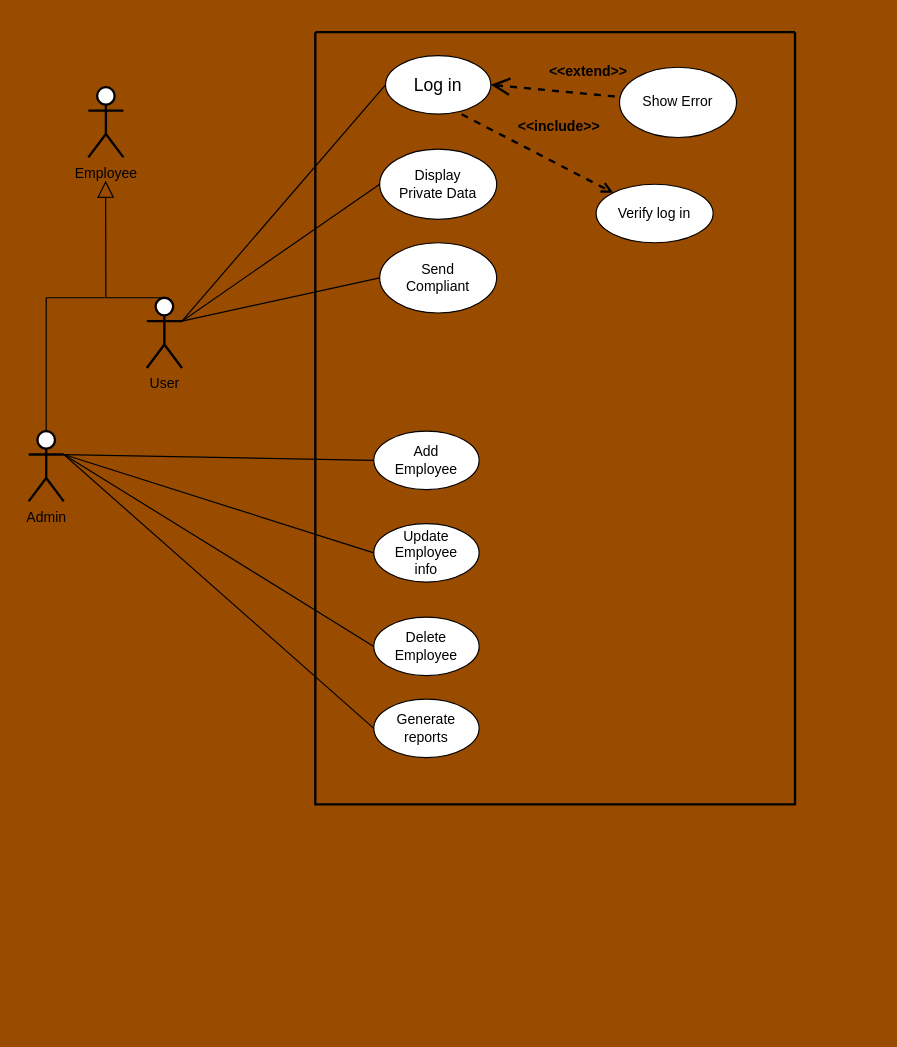
Above: Use-Case-Diagram.drawio in Alsayed-Aldkhakhni/SoftwareEngineeringProject (draw.io), before the change. Source tidied: cells renumbered, new cells numbered last; positions are measured from the earlier drawing's top-left corner, leaving out a move shared by most shapes. Both pictures are drawn from the tidied source at 117%, with x=0, y=0 at pixel (28, 32).
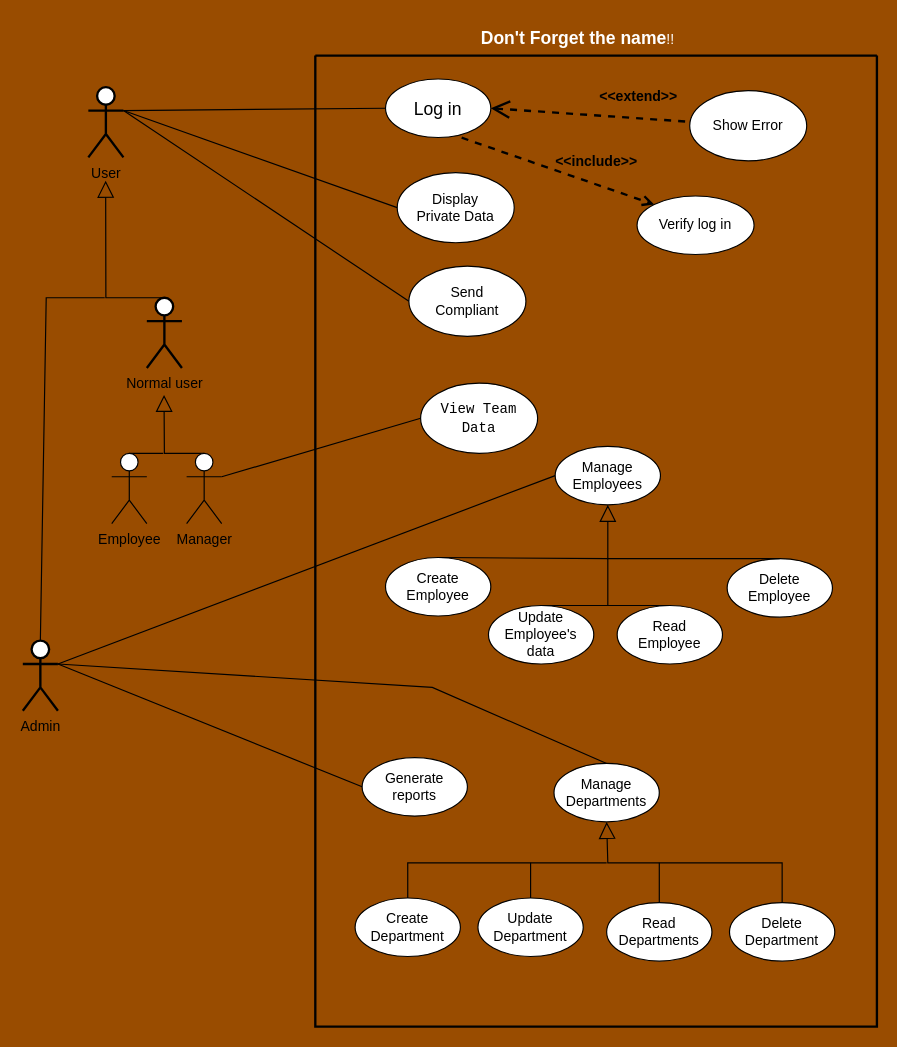
The same page after the edit.

Commit message:
Use case diagram.

Unchanged cells that the change refers to:
```xml
<mxCell id="3" value="&lt;span style=&quot;font-size: 15px;&quot;&gt;Log in&lt;br&gt;&lt;/span&gt;" style="ellipse;whiteSpace=wrap;html=1;" parent="2" vertex="1">
  <mxGeometry x="60" y="20" width="90" height="50" as="geometry" />
</mxCell>
```

Diff of the diagram source:
```diff
@@
     <mxCell id="2" style="swimlane;startSize=0;strokeWidth=2;" parent="1" vertex="1">
-      <mxGeometry x="245" width="410" height="660" as="geometry" />
+      <mxGeometry x="245" y="20" width="480" height="830" as="geometry" />
     </mxCell>
@@
     <mxCell id="4" value="Verify log in" style="ellipse;whiteSpace=wrap;html=1;" parent="2" vertex="1">
-      <mxGeometry x="240" y="130" width="100" height="50" as="geometry" />
+      <mxGeometry x="275" y="120" width="100" height="50" as="geometry" />
     </mxCell>
     <mxCell id="5" value="Show Error" style="ellipse;whiteSpace=wrap;html=1;" parent="2" vertex="1">
-      <mxGeometry x="260" y="30" width="100" height="60" as="geometry" />
+      <mxGeometry x="320" y="30" width="100" height="60" as="geometry" />
     </mxCell>
@@
     <mxCell id="7" value="&lt;b&gt;&lt;font style=&quot;font-size: 12px;&quot;&gt;&amp;lt;&amp;lt;include&amp;gt;&amp;gt;&lt;/font&gt;&lt;/b&gt;" style="edgeStyle=none;html=1;endArrow=open;verticalAlign=bottom;dashed=1;labelBackgroundColor=none;rounded=0;exitX=0.723;exitY=1.004;exitDx=0;exitDy=0;entryX=0;entryY=0;entryDx=0;entryDy=0;strokeWidth=2;exitPerimeter=0;" parent="2" edge="1" source="3" target="4">
-      <mxGeometry x="0.14" y="21" relative="1" as="geometry" />
+      <mxGeometry x="0.36" y="10" relative="1" as="geometry">
+        <mxPoint y="1" as="offset" />
+      </mxGeometry>
     </mxCell>
-    <mxCell id="8" value="&lt;div&gt;Add&lt;/div&gt;&lt;div&gt;Employee&lt;br&gt;&lt;/div&gt;" style="ellipse;whiteSpace=wrap;html=1;" parent="2" vertex="1">
-      <mxGeometry x="50" y="341" width="90" height="50" as="geometry" />
+    <mxCell id="8" value="&lt;div&gt;Manage &lt;br&gt;&lt;/div&gt;&lt;div&gt;Employees&lt;br&gt;&lt;/div&gt;" style="ellipse;whiteSpace=wrap;html=1;" parent="2" vertex="1">
+      <mxGeometry x="205" y="334" width="90" height="50" as="geometry" />
     </mxCell>
     <mxCell id="9" value="&lt;div&gt;Delete&lt;br&gt;&lt;/div&gt;&lt;div&gt;Employee&lt;br&gt;&lt;/div&gt;" style="ellipse;whiteSpace=wrap;html=1;" parent="2" vertex="1">
-      <mxGeometry x="50" y="500" width="90" height="50" as="geometry" />
+      <mxGeometry x="352" y="430" width="90" height="50" as="geometry" />
     </mxCell>
-    <mxCell id="10" value="&lt;div&gt;Update&lt;/div&gt;&lt;div&gt;Employee&lt;/div&gt;&lt;div&gt;info&lt;br&gt;&lt;/div&gt;" style="ellipse;whiteSpace=wrap;html=1;" parent="2" vertex="1">
-      <mxGeometry x="50" y="420" width="90" height="50" as="geometry" />
+    <mxCell id="10" value="&lt;div&gt;Update&lt;/div&gt;&lt;div&gt;Employee's&lt;/div&gt;&lt;div&gt;data&lt;br&gt;&lt;/div&gt;" style="ellipse;whiteSpace=wrap;html=1;" parent="2" vertex="1">
+      <mxGeometry x="148" y="470" width="90" height="50" as="geometry" />
     </mxCell>
-    <mxCell id="11" value="Generate reports" style="ellipse;whiteSpace=wrap;html=1;" parent="2" vertex="1">
-      <mxGeometry x="50" y="570" width="90" height="50" as="geometry" />
-    </mxCell>
     <mxCell id="12" value="&lt;div&gt;Display&lt;/div&gt;&lt;div&gt;Private Data&lt;br&gt;&lt;/div&gt;" style="ellipse;whiteSpace=wrap;html=1;" parent="2" vertex="1">
-      <mxGeometry x="55" y="100" width="100" height="60" as="geometry" />
+      <mxGeometry x="70" y="100" width="100" height="60" as="geometry" />
     </mxCell>
     <mxCell id="13" value="&lt;div&gt;Send &lt;br&gt;&lt;/div&gt;&lt;div&gt;Compliant&lt;br&gt;&lt;/div&gt;" style="ellipse;whiteSpace=wrap;html=1;" parent="2" vertex="1">
-      <mxGeometry x="55" y="180" width="100" height="60" as="geometry" />
+      <mxGeometry x="80" y="180" width="100" height="60" as="geometry" />
     </mxCell>
+    <mxCell id="26" value="&lt;div&gt;Read &lt;br&gt;&lt;/div&gt;&lt;div&gt;Employee&lt;br&gt;&lt;/div&gt;" style="ellipse;whiteSpace=wrap;html=1;" parent="2" vertex="1">
+      <mxGeometry x="258" y="470" width="90" height="50" as="geometry" />
+    </mxCell>
+    <mxCell id="27" value="&lt;div&gt;Create&lt;br&gt;&lt;/div&gt;&lt;div&gt;Employee&lt;br&gt;&lt;/div&gt;" style="ellipse;whiteSpace=wrap;html=1;" parent="2" vertex="1">
+      <mxGeometry x="60" y="429" width="90" height="50" as="geometry" />
+    </mxCell>
+    <mxCell id="11" value="Generate reports" style="ellipse;whiteSpace=wrap;html=1;" parent="2" vertex="1">
+      <mxGeometry x="40" y="600" width="90" height="50" as="geometry" />
+    </mxCell>
+    <mxCell id="28" value="&lt;code&gt;View Team Data&lt;/code&gt;" style="ellipse;whiteSpace=wrap;html=1;" parent="2" vertex="1">
+      <mxGeometry x="90" y="280" width="100" height="60" as="geometry" />
+    </mxCell>
+    <mxCell id="29" style="edgeStyle=none;html=1;endArrow=block;endFill=0;endSize=12;verticalAlign=bottom;rounded=0;entryX=0.5;entryY=1;entryDx=0;entryDy=0;exitX=0.5;exitY=0;exitDx=0;exitDy=0;" parent="2" edge="1" source="9" target="8">
+      <mxGeometry relative="1" as="geometry">
+        <Array as="points">
+          <mxPoint x="250" y="430" />
+        </Array>
+      </mxGeometry>
+    </mxCell>
+    <mxCell id="30" style="edgeStyle=none;html=1;endArrow=none;verticalAlign=bottom;rounded=0;exitX=0.5;exitY=0;exitDx=0;exitDy=0;" parent="2" edge="1" source="27">
+      <mxGeometry relative="1" as="geometry">
+        <mxPoint x="250" y="430" as="targetPoint" />
+      </mxGeometry>
+    </mxCell>
+    <mxCell id="31" style="edgeStyle=none;html=1;endArrow=none;verticalAlign=bottom;rounded=0;entryX=0.5;entryY=0;entryDx=0;entryDy=0;exitX=0.5;exitY=0;exitDx=0;exitDy=0;" parent="2" edge="1" source="10" target="26">
+      <mxGeometry relative="1" as="geometry" />
+    </mxCell>
+    <mxCell id="32" style="edgeStyle=none;html=1;endArrow=none;verticalAlign=bottom;rounded=0;" parent="2" edge="1">
+      <mxGeometry relative="1" as="geometry">
+        <mxPoint x="250" y="430" as="sourcePoint" />
+        <mxPoint x="250" y="470" as="targetPoint" />
+      </mxGeometry>
+    </mxCell>
-    <mxCell id="14" value="Employee" style="shape=umlActor;html=1;verticalLabelPosition=bottom;verticalAlign=top;align=center;strokeWidth=2;" parent="1" vertex="1">
+    <mxCell id="14" value="User" style="shape=umlActor;html=1;verticalLabelPosition=bottom;verticalAlign=top;align=center;strokeWidth=2;" parent="1" vertex="1">
       <mxGeometry x="51" y="47" width="30" height="60" as="geometry" />
     </mxCell>
-    <mxCell id="15" style="edgeStyle=none;html=1;endArrow=none;verticalAlign=bottom;rounded=0;entryX=0;entryY=0.5;entryDx=0;entryDy=0;strokeWidth=1;exitX=1;exitY=0.3333333333333333;exitDx=0;exitDy=0;exitPerimeter=0;" parent="1" edge="1" source="17" target="3">
+    <mxCell id="15" style="edgeStyle=none;html=1;endArrow=none;verticalAlign=bottom;rounded=0;entryX=0;entryY=0.5;entryDx=0;entryDy=0;strokeWidth=1;exitX=1;exitY=0.3333333333333333;exitDx=0;exitDy=0;exitPerimeter=0;" parent="1" edge="1" source="14" target="3">
       <mxGeometry relative="1" as="geometry" />
     </mxCell>
     <mxCell id="16" value="Admin" style="shape=umlActor;html=1;verticalLabelPosition=bottom;verticalAlign=top;align=center;strokeWidth=2;" parent="1" vertex="1">
-      <mxGeometry y="341" width="30" height="60" as="geometry" />
+      <mxGeometry x="-5" y="520" width="30" height="60" as="geometry" />
     </mxCell>
-    <mxCell id="17" value="User" style="shape=umlActor;html=1;verticalLabelPosition=bottom;verticalAlign=top;align=center;strokeWidth=2;" parent="1" vertex="1">
+    <mxCell id="17" value="Normal user" style="shape=umlActor;html=1;verticalLabelPosition=bottom;verticalAlign=top;align=center;strokeWidth=2;" parent="1" vertex="1">
       <mxGeometry x="101" y="227" width="30" height="60" as="geometry" />
     </mxCell>
@@
-    <mxCell id="20" style="edgeStyle=none;html=1;endArrow=none;verticalAlign=bottom;rounded=0;entryX=0;entryY=0.5;entryDx=0;entryDy=0;strokeWidth=1;exitX=1;exitY=0.3333333333333333;exitDx=0;exitDy=0;exitPerimeter=0;" parent="1" edge="1" source="16" target="8">
-      <mxGeometry relative="1" as="geometry" />
-    </mxCell>
-    <mxCell id="21" style="edgeStyle=none;html=1;endArrow=none;verticalAlign=bottom;rounded=0;entryX=0;entryY=0.5;entryDx=0;entryDy=0;strokeWidth=1;exitX=1;exitY=0.3333333333333333;exitDx=0;exitDy=0;exitPerimeter=0;" parent="1" edge="1" source="16" target="10">
-      <mxGeometry relative="1" as="geometry" />
-    </mxCell>
-    <mxCell id="22" style="edgeStyle=none;html=1;endArrow=none;verticalAlign=bottom;rounded=0;entryX=0;entryY=0.5;entryDx=0;entryDy=0;strokeWidth=1;exitX=1;exitY=0.3333333333333333;exitDx=0;exitDy=0;exitPerimeter=0;" parent="1" edge="1" source="16" target="9">
-      <mxGeometry relative="1" as="geometry" />
-    </mxCell>
-    <mxCell id="23" style="edgeStyle=none;html=1;endArrow=none;verticalAlign=bottom;rounded=0;entryX=0;entryY=0.5;entryDx=0;entryDy=0;strokeWidth=1;exitX=1;exitY=0.3333333333333333;exitDx=0;exitDy=0;exitPerimeter=0;" parent="1" edge="1" source="16" target="11">
-      <mxGeometry relative="1" as="geometry" />
-    </mxCell>
-    <mxCell id="24" style="edgeStyle=none;html=1;endArrow=none;verticalAlign=bottom;rounded=0;entryX=0;entryY=0.5;entryDx=0;entryDy=0;strokeWidth=1;exitX=1;exitY=0.3333333333333333;exitDx=0;exitDy=0;exitPerimeter=0;" parent="1" edge="1" source="17" target="12">
+    <mxCell id="24" style="edgeStyle=none;html=1;endArrow=none;verticalAlign=bottom;rounded=0;entryX=0;entryY=0.5;entryDx=0;entryDy=0;strokeWidth=1;exitX=1;exitY=0.3333333333333333;exitDx=0;exitDy=0;exitPerimeter=0;" parent="1" edge="1" source="14" target="12">
       <mxGeometry relative="1" as="geometry" />
     </mxCell>
-    <mxCell id="25" style="edgeStyle=none;html=1;endArrow=none;verticalAlign=bottom;rounded=0;strokeWidth=1;exitX=1;exitY=0.3333333333333333;exitDx=0;exitDy=0;exitPerimeter=0;entryX=0;entryY=0.5;entryDx=0;entryDy=0;" parent="1" edge="1" source="17" target="13">
+    <mxCell id="25" style="edgeStyle=none;html=1;endArrow=none;verticalAlign=bottom;rounded=0;strokeWidth=1;exitX=1;exitY=0.3333333333333333;exitDx=0;exitDy=0;exitPerimeter=0;entryX=0;entryY=0.5;entryDx=0;entryDy=0;" parent="1" edge="1" source="14" target="13">
       <mxGeometry relative="1" as="geometry" />
     </mxCell>
+    <mxCell id="33" value="&lt;div&gt;Manage &lt;br&gt;&lt;/div&gt;&lt;div&gt;Departments&lt;br&gt;&lt;/div&gt;" style="ellipse;whiteSpace=wrap;html=1;" parent="1" vertex="1">
+      <mxGeometry x="449" y="625" width="90" height="50" as="geometry" />
+    </mxCell>
+    <mxCell id="34" value="&lt;div&gt;Delete&lt;br&gt;&lt;/div&gt;&lt;div&gt;Department&lt;br&gt;&lt;/div&gt;" style="ellipse;whiteSpace=wrap;html=1;" parent="1" vertex="1">
+      <mxGeometry x="599" y="744" width="90" height="50" as="geometry" />
+    </mxCell>
+    <mxCell id="35" value="&lt;div&gt;Update&lt;/div&gt;&lt;div&gt;Department&lt;br&gt;&lt;/div&gt;" style="ellipse;whiteSpace=wrap;html=1;" parent="1" vertex="1">
+      <mxGeometry x="384" y="740" width="90" height="50" as="geometry" />
+    </mxCell>
+    <mxCell id="36" value="&lt;div&gt;Read &lt;br&gt;&lt;/div&gt;&lt;div&gt;Departments&lt;br&gt;&lt;/div&gt;" style="ellipse;whiteSpace=wrap;html=1;" parent="1" vertex="1">
+      <mxGeometry x="494" y="744" width="90" height="50" as="geometry" />
+    </mxCell>
+    <mxCell id="37" value="&lt;div&gt;Create&lt;br&gt;&lt;/div&gt;&lt;div&gt;Department&lt;br&gt;&lt;/div&gt;" style="ellipse;whiteSpace=wrap;html=1;" parent="1" vertex="1">
+      <mxGeometry x="279" y="740" width="90" height="50" as="geometry" />
+    </mxCell>
+    <mxCell id="38" style="edgeStyle=none;html=1;endArrow=block;endFill=0;endSize=12;verticalAlign=bottom;rounded=0;entryX=0.5;entryY=1;entryDx=0;entryDy=0;exitX=0.5;exitY=0;exitDx=0;exitDy=0;" parent="1" edge="1" source="34" target="33">
+      <mxGeometry relative="1" as="geometry">
+        <Array as="points">
+          <mxPoint x="644" y="710" />
+          <mxPoint x="495" y="710" />
+        </Array>
+      </mxGeometry>
+    </mxCell>
+    <mxCell id="39" style="edgeStyle=none;html=1;endArrow=none;verticalAlign=bottom;rounded=0;entryX=0.5;entryY=0;entryDx=0;entryDy=0;" parent="1" edge="1" target="35">
+      <mxGeometry relative="1" as="geometry">
+        <mxPoint x="429" y="710" as="sourcePoint" />
+      </mxGeometry>
+    </mxCell>
+    <mxCell id="40" style="edgeStyle=none;html=1;endArrow=none;verticalAlign=bottom;rounded=0;exitX=0.5;exitY=0;exitDx=0;exitDy=0;" parent="1" edge="1" source="37">
+      <mxGeometry relative="1" as="geometry">
+        <mxPoint x="494" y="710" as="targetPoint" />
+        <Array as="points">
+          <mxPoint x="324" y="710" />
+        </Array>
+      </mxGeometry>
+    </mxCell>
+    <mxCell id="41" style="edgeStyle=none;html=1;endArrow=none;verticalAlign=bottom;rounded=0;entryX=0.5;entryY=0;entryDx=0;entryDy=0;" parent="1" edge="1" target="36">
+      <mxGeometry relative="1" as="geometry">
+        <mxPoint x="539" y="710" as="sourcePoint" />
+      </mxGeometry>
+    </mxCell>
+    <mxCell id="42" style="edgeStyle=none;html=1;endArrow=block;endFill=0;endSize=12;verticalAlign=bottom;rounded=0;exitX=0.5;exitY=0;exitDx=0;exitDy=0;exitPerimeter=0;" parent="1" edge="1" source="43">
+      <mxGeometry relative="1" as="geometry">
+        <mxPoint x="115.7" y="310" as="targetPoint" />
+        <Array as="points">
+          <mxPoint x="116" y="360" />
+        </Array>
+      </mxGeometry>
+    </mxCell>
+    <mxCell id="43" value="Manager" style="shape=umlActor;html=1;verticalLabelPosition=bottom;verticalAlign=top;align=center;" parent="1" vertex="1">
+      <mxGeometry x="135" y="360" width="30" height="60" as="geometry" />
+    </mxCell>
+    <mxCell id="44" value="Employee" style="shape=umlActor;html=1;verticalLabelPosition=bottom;verticalAlign=top;align=center;" parent="1" vertex="1">
+      <mxGeometry x="71" y="360" width="30" height="60" as="geometry" />
+    </mxCell>
+    <mxCell id="45" style="edgeStyle=none;html=1;endArrow=none;verticalAlign=bottom;rounded=0;exitX=0.5;exitY=0;exitDx=0;exitDy=0;exitPerimeter=0;" parent="1" edge="1" source="44">
+      <mxGeometry relative="1" as="geometry">
+        <mxPoint x="115" y="360" as="targetPoint" />
+      </mxGeometry>
+    </mxCell>
+    <mxCell id="20" style="edgeStyle=none;html=1;endArrow=none;verticalAlign=bottom;rounded=0;entryX=0;entryY=0.5;entryDx=0;entryDy=0;strokeWidth=1;exitX=1;exitY=0.3333333333333333;exitDx=0;exitDy=0;exitPerimeter=0;" parent="1" edge="1" source="43" target="28">
+      <mxGeometry relative="1" as="geometry" />
+    </mxCell>
+    <mxCell id="46" style="edgeStyle=none;html=1;endArrow=none;verticalAlign=bottom;rounded=0;exitX=1;exitY=0.3333333333333333;exitDx=0;exitDy=0;exitPerimeter=0;entryX=0;entryY=0.5;entryDx=0;entryDy=0;" parent="1" edge="1" source="16" target="8">
+      <mxGeometry relative="1" as="geometry" />
+    </mxCell>
+    <mxCell id="47" style="edgeStyle=none;html=1;endArrow=none;verticalAlign=bottom;rounded=0;exitX=1;exitY=0.3333333333333333;exitDx=0;exitDy=0;exitPerimeter=0;entryX=0.5;entryY=0;entryDx=0;entryDy=0;" parent="1" edge="1" source="16" target="33">
+      <mxGeometry relative="1" as="geometry">
+        <Array as="points">
+          <mxPoint x="345" y="560" />
+        </Array>
+      </mxGeometry>
+    </mxCell>
+    <mxCell id="23" style="edgeStyle=none;html=1;endArrow=none;verticalAlign=bottom;rounded=0;entryX=0;entryY=0.5;entryDx=0;entryDy=0;exitX=1;exitY=0.3333333333333333;exitDx=0;exitDy=0;exitPerimeter=0;" parent="1" edge="1" source="16" target="11">
+      <mxGeometry relative="1" as="geometry" />
+    </mxCell>
+    <mxCell id="48" value="&lt;font color=&quot;#ffffff&quot;&gt;&lt;b&gt;&lt;font style=&quot;font-size: 15px;&quot;&gt;Don't Forget the name&lt;/font&gt;&lt;/b&gt;!!&lt;/font&gt;" style="text;html=1;align=center;verticalAlign=middle;" parent="1" vertex="1">
+      <mxGeometry x="374" y="-10" width="190" height="30" as="geometry" />
+    </mxCell>
```
